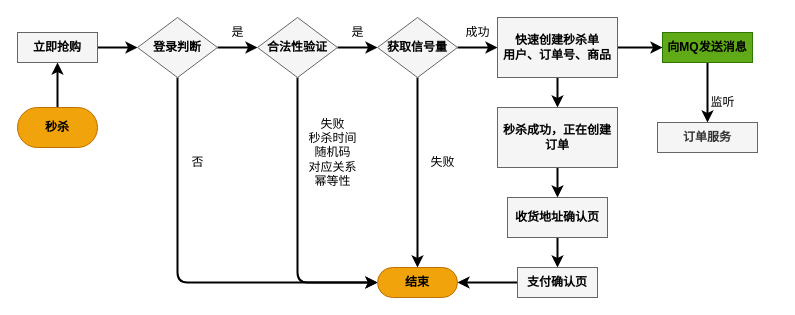
Earlier version of the draw.io diagram 秒杀流程高并发.drawio (ShiJianHan/MyMarkdown). Source tidied: cells renumbered, new cells numbered last; positions are measured from the earlier drawing's top-left corner, leaving out a move shared by most shapes. Both pictures are drawn from the tidied source at 100%, with x=0, y=0 at pixel (17, 17).
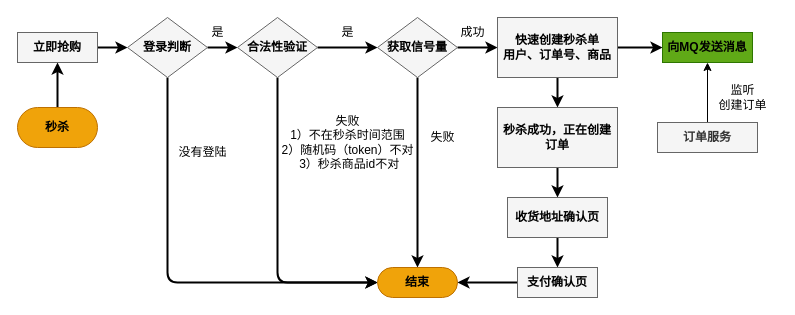
The same page after the edit.

Commit message:
更新秒杀流程高并发.drawio

The change refers to these unchanged cells:
```xml
<mxCell id="14" value="获取信号量" style="rhombus;whiteSpace=wrap;html=1;fillColor=#f5f5f5;strokeColor=#666666;fontColor=#000000;rounded=0;fontStyle=1;" parent="1" vertex="1">
  <mxGeometry x="360" width="80" height="60" as="geometry" />
</mxCell>
<mxCell id="19" value="快速创建秒杀单&lt;br&gt;用户、订单号、商品" style="whiteSpace=wrap;html=1;fillColor=#f5f5f5;strokeColor=#666666;fontColor=#000000;rounded=0;fontStyle=1;" parent="1" vertex="1">
  <mxGeometry x="480" width="120" height="60" as="geometry" />
</mxCell>
<mxCell id="21" value="结束" style="rounded=1;whiteSpace=wrap;html=1;fillColor=#f0a30a;strokeColor=#BD7000;fontColor=#000000;fontStyle=1;arcSize=50;" parent="1" vertex="1">
  <mxGeometry x="360" y="250" width="80" height="30" as="geometry" />
</mxCell>
<mxCell id="27" value="支付确认页" style="whiteSpace=wrap;html=1;fillColor=#f5f5f5;strokeColor=#666666;fontColor=#000000;rounded=0;fontStyle=1;" parent="1" vertex="1">
  <mxGeometry x="500" y="250" width="80" height="30" as="geometry" />
</mxCell>
<mxCell id="32" value="向MQ发送消息" style="whiteSpace=wrap;html=1;fillColor=#60a917;strokeColor=#2D7600;fontColor=#000000;rounded=0;fontStyle=1;" parent="1" vertex="1">
  <mxGeometry x="645" y="15" width="90" height="30" as="geometry" />
</mxCell>
<mxCell id="33" value="订单服务" style="whiteSpace=wrap;html=1;fillColor=#f5f5f5;strokeColor=#666666;fontColor=#333333;rounded=0;fontStyle=1;" parent="1" vertex="1">
  <mxGeometry x="640" y="105" width="100" height="30" as="geometry" />
</mxCell>
```

What changed in the source:
```diff
@@
     <mxCell id="7" style="edgeStyle=none;html=1;entryX=0;entryY=0.5;entryDx=0;entryDy=0;strokeColor=#000000;strokeWidth=2;fontColor=#000000;" parent="1" edge="1" source="8" target="21">
       <mxGeometry relative="1" as="geometry">
         <Array as="points">
-          <mxPoint x="160" y="265" />
+          <mxPoint x="150" y="265" />
         </Array>
       </mxGeometry>
     </mxCell>
     <mxCell id="8" value="登录判断" style="rhombus;whiteSpace=wrap;html=1;fillColor=#f5f5f5;strokeColor=#666666;fontColor=#000000;rounded=0;fontStyle=1;" parent="1" vertex="1">
-      <mxGeometry x="120" width="80" height="60" as="geometry" />
+      <mxGeometry x="110" width="80" height="60" as="geometry" />
     </mxCell>
@@
     <mxCell id="10" style="edgeStyle=none;html=1;entryX=0;entryY=0.5;entryDx=0;entryDy=0;strokeColor=#000000;strokeWidth=2;fontColor=#000000;" parent="1" edge="1" source="11" target="21">
       <mxGeometry relative="1" as="geometry">
         <Array as="points">
-          <mxPoint x="280" y="265" />
+          <mxPoint x="260" y="265" />
         </Array>
       </mxGeometry>
     </mxCell>
     <mxCell id="11" value="合法性验证" style="rhombus;whiteSpace=wrap;html=1;fillColor=#f5f5f5;strokeColor=#666666;fontColor=#000000;rounded=0;fontStyle=1;" parent="1" vertex="1">
-      <mxGeometry x="240" width="80" height="60" as="geometry" />
+      <mxGeometry x="220" width="80" height="60" as="geometry" />
     </mxCell>
-    <mxCell id="12" style="edgeStyle=none;html=1;strokeColor=#000000;strokeWidth=2;fontColor=#000000;" parent="1" edge="1" source="14" target="19">
-      <mxGeometry relative="1" as="geometry" />
+    <mxCell id="12" style="edgeStyle=none;html=1;strokeColor=#000000;strokeWidth=2;fontColor=#000000;" parent="1" edge="1" target="19">
+      <mxGeometry relative="1" as="geometry">
+        <mxPoint x="440" y="30" as="sourcePoint" />
+      </mxGeometry>
     </mxCell>
@@
     <mxCell id="15" value="是" style="text;html=1;align=center;verticalAlign=middle;strokeColor=none;fillColor=none;fontColor=#000000;" parent="1" vertex="1">
-      <mxGeometry x="200" width="40" height="30" as="geometry" />
+      <mxGeometry x="180" width="40" height="30" as="geometry" />
     </mxCell>
     <mxCell id="16" value="是" style="text;html=1;align=center;verticalAlign=middle;strokeColor=none;fillColor=none;fontColor=#000000;" parent="1" vertex="1">
-      <mxGeometry x="320" width="40" height="30" as="geometry" />
+      <mxGeometry x="310" width="40" height="30" as="geometry" />
     </mxCell>
@@
     <mxCell id="20" value="成功" style="text;html=1;align=center;verticalAlign=middle;strokeColor=none;fillColor=none;fontColor=#000000;" parent="1" vertex="1">
-      <mxGeometry x="435" width="50" height="30" as="geometry" />
+      <mxGeometry x="430" width="50" height="30" as="geometry" />
     </mxCell>
@@
-    <mxCell id="26" style="edgeStyle=none;html=1;strokeColor=#000000;strokeWidth=2;fontColor=#000000;" parent="1" edge="1" source="27" target="21">
-      <mxGeometry relative="1" as="geometry" />
+    <mxCell id="26" style="edgeStyle=none;html=1;strokeColor=#000000;strokeWidth=2;fontColor=#000000;" parent="1" edge="1" source="27">
+      <mxGeometry relative="1" as="geometry">
+        <mxPoint x="440" y="265" as="targetPoint" />
+      </mxGeometry>
     </mxCell>
@@
     <mxCell id="28" value="失败" style="text;html=1;align=center;verticalAlign=middle;strokeColor=none;fillColor=none;fontColor=#000000;" parent="1" vertex="1">
-      <mxGeometry x="400" y="130" width="50" height="30" as="geometry" />
+      <mxGeometry x="400" y="105" width="50" height="30" as="geometry" />
     </mxCell>
-    <mxCell id="29" value="失败&lt;br&gt;秒杀时间&lt;br&gt;随机码&lt;br&gt;对应关系&lt;br&gt;幂等性" style="text;html=1;align=center;verticalAlign=middle;strokeColor=none;fillColor=none;fontColor=#000000;" parent="1" vertex="1">
-      <mxGeometry x="280" y="90" width="70" height="90" as="geometry" />
+    <mxCell id="29" value="失败&lt;br&gt;1）不在秒杀时间范围&lt;br&gt;2）随机码（token）不对 &lt;br&gt;&amp;nbsp;3）秒杀商品id不对" style="text;html=1;align=center;verticalAlign=middle;strokeColor=none;fillColor=none;fontColor=#000000;" parent="1" vertex="1">
+      <mxGeometry x="250" y="90" width="160" height="70" as="geometry" />
     </mxCell>
-    <mxCell id="30" value="否" style="text;html=1;align=center;verticalAlign=middle;strokeColor=none;fillColor=none;fontColor=#000000;" parent="1" vertex="1">
-      <mxGeometry x="160" y="130" width="40" height="30" as="geometry" />
+    <mxCell id="30" value="没有登陆" style="text;html=1;align=center;verticalAlign=middle;strokeColor=none;fillColor=none;fontColor=#000000;" parent="1" vertex="1">
+      <mxGeometry x="150" y="120" width="70" height="30" as="geometry" />
     </mxCell>
-    <mxCell id="31" style="edgeStyle=none;html=1;strokeColor=#000000;strokeWidth=2;fontColor=#000000;" parent="1" edge="1" source="32" target="33">
-      <mxGeometry relative="1" as="geometry" />
-    </mxCell>
@@
+    <mxCell id="35" style="edgeStyle=orthogonalEdgeStyle;rounded=0;jettySize=auto;html=1;" parent="1" edge="1" source="33" target="32">
+      <mxGeometry relative="1" as="geometry" />
+    </mxCell>
@@
-    <mxCell id="34" value="监听" style="text;html=1;align=center;verticalAlign=middle;strokeColor=none;fillColor=none;fontColor=#000000;" parent="1" vertex="1">
-      <mxGeometry x="680" y="70" width="50" height="30" as="geometry" />
+    <mxCell id="34" value="监听&lt;br&gt;创建订单" style="text;html=1;align=center;verticalAlign=middle;strokeColor=none;fillColor=none;fontColor=#000000;" parent="1" vertex="1">
+      <mxGeometry x="690" y="60" width="70" height="40" as="geometry" />
     </mxCell>
```
